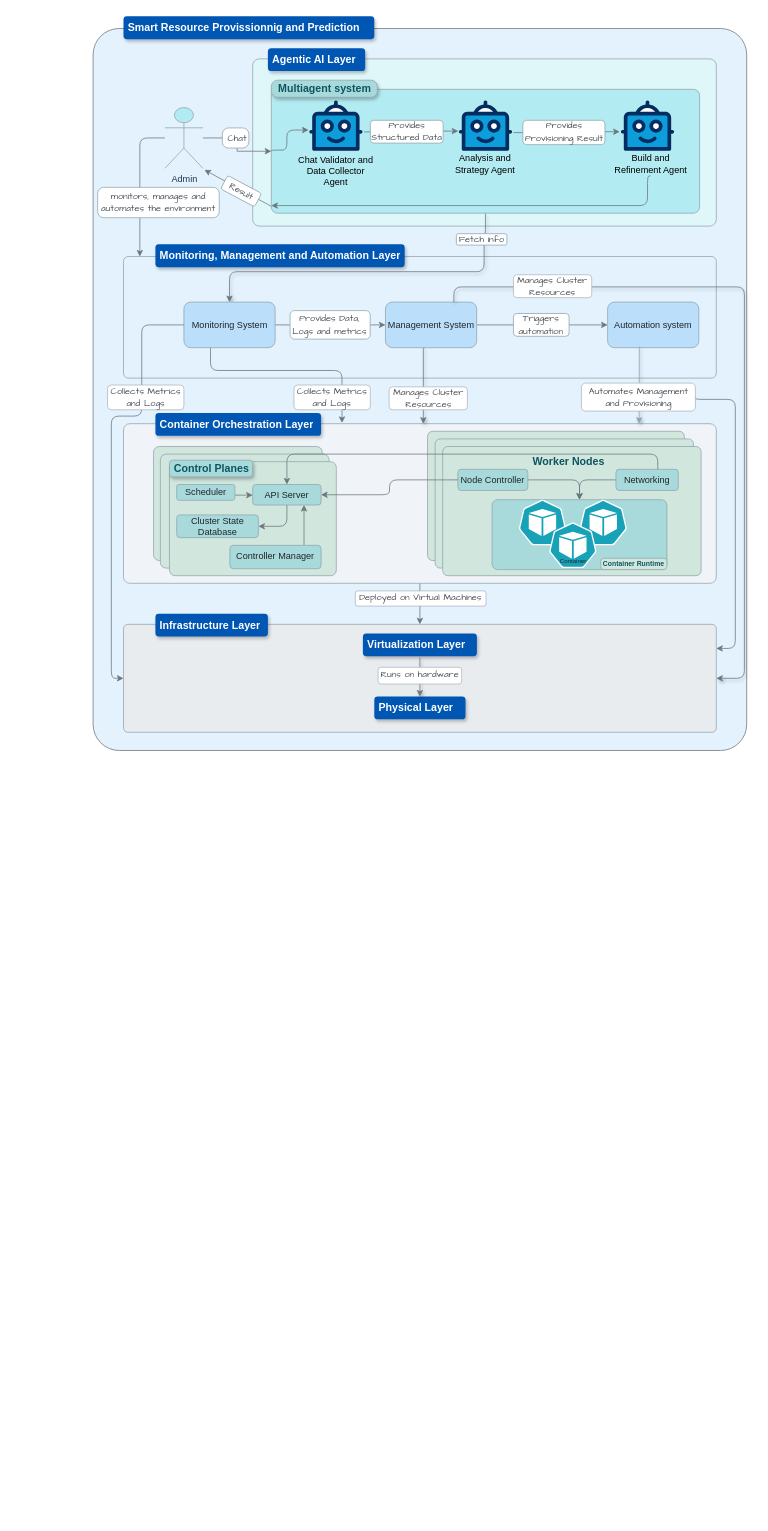
Above: page "Page-9" (9 of 10) of diagrams/Globale_Conception.drawio in Benmeddour/ai-driven-infrastructure-resource-provisioning (draw.io), before the change. Source tidied: cells renumbered, new cells numbered last; positions are measured from the earlier drawing's top-left corner, leaving out a move shared by most shapes. Both pictures are drawn from the tidied source at 76%, with x=0, y=0 at pixel (93, 16).
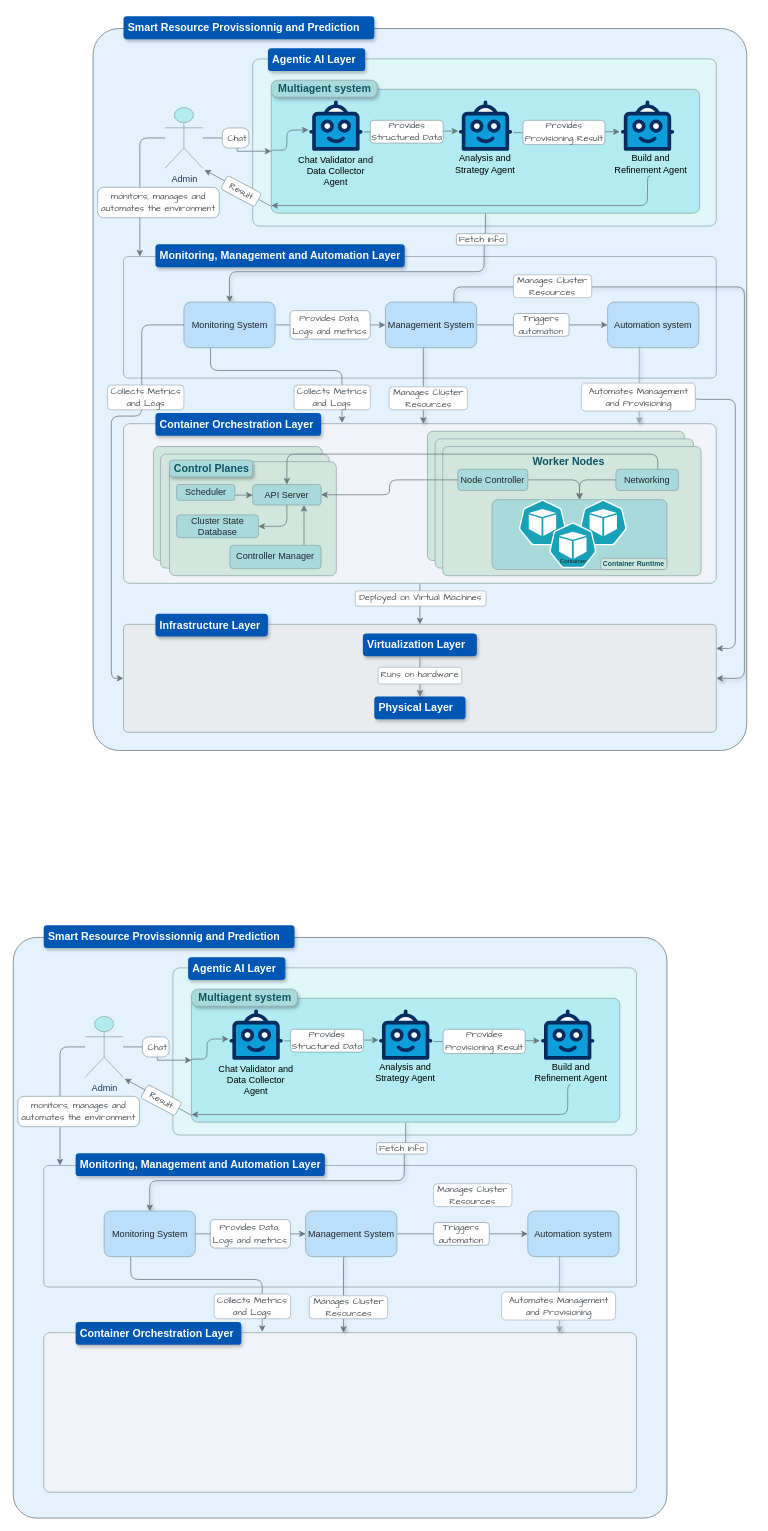
The same page after the edit.

Change to the diagram source:
```diff
@@
+    <mxCell id="89" style="rounded=1;whiteSpace=wrap;html=1;labelBackgroundColor=none;fillColor=#E3F2FD;strokeColor=#6C757D;fontColor=#455A64;arcSize=4;" parent="1" vertex="1">
+      <mxGeometry x="-105" y="1212" width="860" height="764" as="geometry" />
+    </mxCell>
+    <mxCell id="90" value="Smart Resource Provissionnig and Prediction" style="text;strokeColor=none;fillColor=light-dark(#0056B3,#0085FF);align=left;verticalAlign=middle;spacingLeft=4;spacingRight=4;overflow=hidden;whiteSpace=wrap;html=1;fontColor=#FFFFFF;rounded=1;shadow=1;fontFamily=Helvetica;fontStyle=1;fontSize=14;" parent="1" vertex="1">
+      <mxGeometry x="-65" y="1196" width="330" height="30" as="geometry" />
+    </mxCell>
+    <mxCell id="91" style="rounded=1;whiteSpace=wrap;html=1;labelBackgroundColor=none;fillColor=#E3F2FD;strokeColor=#90A4AE;fontColor=#212529;arcSize=4;" parent="1" vertex="1">
+      <mxGeometry x="-65" y="1512" width="780" height="160" as="geometry" />
+    </mxCell>
+    <mxCell id="92" value="Monitoring, Management and Automation Layer" style="text;strokeColor=none;fillColor=light-dark(#0056B3,#0085FF);align=left;verticalAlign=middle;spacingLeft=4;spacingRight=4;overflow=hidden;whiteSpace=wrap;html=1;fontColor=#FFFFFF;rounded=1;shadow=1;fontFamily=Helvetica;fontSize=14;fontStyle=1;" parent="1" vertex="1">
+      <mxGeometry x="-23" y="1496" width="328" height="30" as="geometry" />
+    </mxCell>
+    <mxCell id="93" style="rounded=1;whiteSpace=wrap;html=1;labelBackgroundColor=none;fillColor=#F0F4F8;strokeColor=#90A4AE;fontColor=#212529;arcSize=4;" parent="1" vertex="1">
+      <mxGeometry x="-65" y="1732" width="780" height="210" as="geometry" />
+    </mxCell>
+    <mxCell id="94" style="rounded=1;whiteSpace=wrap;html=1;labelBackgroundColor=none;fillColor=#E0F7FA;strokeColor=#90A4AE;fontColor=#1D3557;arcSize=4;" parent="1" vertex="1">
+      <mxGeometry x="105" y="1252" width="610" height="220" as="geometry" />
+    </mxCell>
+    <mxCell id="95" value="Agentic AI Layer" style="text;strokeColor=none;fillColor=light-dark(#0056B3,#0085FF);align=left;verticalAlign=middle;spacingLeft=4;spacingRight=4;overflow=hidden;whiteSpace=wrap;html=1;fontColor=#FFFFFF;rounded=1;shadow=1;fontFamily=Helvetica;fontStyle=1;fontSize=14;" parent="1" vertex="1">
+      <mxGeometry x="125" y="1238" width="128" height="30" as="geometry" />
+    </mxCell>
+    <mxCell id="96" value="Container Orchestration Layer" style="text;strokeColor=none;fillColor=light-dark(#0056B3,#0085FF);align=left;verticalAlign=middle;spacingLeft=4;spacingRight=4;overflow=hidden;whiteSpace=wrap;html=1;fontColor=#FFFFFF;rounded=1;shadow=1;fontSize=14;fontStyle=1;fontFamily=Helvetica;" parent="1" vertex="1">
+      <mxGeometry x="-23" y="1718" width="218" height="30" as="geometry" />
+    </mxCell>
+    <mxCell id="97" style="edgeStyle=orthogonalEdgeStyle;rounded=1;jettySize=auto;html=1;entryX=0.5;entryY=0;entryDx=0;entryDy=0;strokeColor=#6C757D;fontColor=#1D3557;fillColor=#A8DADC;startArrow=none;startFill=0;flowAnimation=1;shadow=1;curved=0;exitX=0.5;exitY=1;exitDx=0;exitDy=0;" parent="1" edge="1" source="113" target="101">
+      <mxGeometry relative="1" as="geometry">
+        <Array as="points">
+          <mxPoint x="411.5" y="1482" />
+          <mxPoint x="409.5" y="1482" />
+          <mxPoint x="409.5" y="1532" />
+          <mxPoint x="74.5" y="1532" />
+        </Array>
+      </mxGeometry>
+    </mxCell>
+    <mxCell id="98" style="edgeLabel;html=1;align=center;verticalAlign=middle;strokeColor=#457B9D;fontColor=#1D3557;fillColor=#A8DADC;" parent="97" vertex="1">
+      <mxGeometry x="-0.5" relative="1" as="geometry" />
+    </mxCell>
+    <mxCell id="99" style="edgeStyle=orthogonalEdgeStyle;rounded=1;jettySize=auto;html=1;strokeColor=#6C757D;fontColor=#1D3557;fillColor=#A8DADC;flowAnimation=1;curved=0;entryX=0.363;entryY=-0.003;entryDx=0;entryDy=0;entryPerimeter=0;" parent="1" edge="1" source="101">
+      <mxGeometry relative="1" as="geometry">
+        <mxPoint x="222.5" y="1731" as="targetPoint" />
+        <Array as="points">
+          <mxPoint x="49.5" y="1662" />
+          <mxPoint x="222.5" y="1662" />
+        </Array>
+      </mxGeometry>
+    </mxCell>
+    <mxCell id="100" style="edgeStyle=orthogonalEdgeStyle;rounded=0;jettySize=auto;html=1;exitX=1;exitY=0.5;exitDx=0;exitDy=0;entryX=0;entryY=0.5;entryDx=0;entryDy=0;strokeColor=#6C757D;flowAnimation=1;" parent="1" edge="1" source="101" target="106">
+      <mxGeometry relative="1" as="geometry" />
+    </mxCell>
+    <mxCell id="101" value="Monitoring System" style="rounded=1;whiteSpace=wrap;html=1;strokeColor=#90A4AE;fontColor=#212529;fillColor=#BBDEFB;" parent="1" vertex="1">
+      <mxGeometry x="14.5" y="1572" width="120" height="60" as="geometry" />
+    </mxCell>
+    <mxCell id="102" value="&lt;font face=&quot;Comic Sans MS&quot;&gt;Fetch info&lt;/font&gt;" style="rounded=1;whiteSpace=wrap;html=1;strokeColor=#90A4AE;fontColor=#495057;fillColor=#FFFFFF;" parent="1" vertex="1">
+      <mxGeometry x="373" y="1482" width="66.5" height="15" as="geometry" />
+    </mxCell>
+    <mxCell id="103" value="&lt;font face=&quot;Comic Sans MS&quot;&gt;Collects Metrics and Logs&lt;/font&gt;" style="rounded=1;whiteSpace=wrap;html=1;strokeColor=#ADB5BD;fontColor=#495057;fillColor=#FFFFFF;" parent="1" vertex="1">
+      <mxGeometry x="159.3" y="1681.1" width="100.5" height="32.6" as="geometry" />
+    </mxCell>
+    <mxCell id="104" style="edgeStyle=orthogonalEdgeStyle;rounded=1;jettySize=auto;html=1;shadow=1;flowAnimation=1;fillColor=#dae8fc;strokeColor=#6C757D;curved=0;exitX=0.423;exitY=1.022;exitDx=0;exitDy=0;entryX=0.5;entryY=0;entryDx=0;entryDy=0;exitPerimeter=0;" parent="1" edge="1" source="106">
+      <mxGeometry relative="1" as="geometry">
+        <mxPoint x="329.5" y="1732" as="targetPoint" />
+        <Array as="points">
+          <mxPoint x="330.5" y="1632" />
+        </Array>
+      </mxGeometry>
+    </mxCell>
+    <mxCell id="105" style="edgeStyle=orthogonalEdgeStyle;rounded=0;jettySize=auto;html=1;exitX=1;exitY=0.5;exitDx=0;exitDy=0;entryX=0;entryY=0.5;entryDx=0;entryDy=0;strokeColor=#6C757D;" parent="1" edge="1" source="106" target="107">
+      <mxGeometry relative="1" as="geometry" />
+    </mxCell>
+    <mxCell id="106" value="Management System" style="rounded=1;whiteSpace=wrap;html=1;strokeColor=#90A4AE;fontColor=#212529;fillColor=#BBDEFB;" parent="1" vertex="1">
+      <mxGeometry x="279.7" y="1572" width="120" height="60" as="geometry" />
+    </mxCell>
+    <mxCell id="107" value="Automation system" style="rounded=1;whiteSpace=wrap;html=1;strokeColor=#90A4AE;fontColor=#212529;fillColor=#BBDEFB;" parent="1" vertex="1">
+      <mxGeometry x="572" y="1572" width="120" height="60" as="geometry" />
+    </mxCell>
+    <mxCell id="108" value="&lt;font face=&quot;Comic Sans MS&quot;&gt;Manages Cluster Resources&lt;/font&gt;" style="rounded=1;strokeColor=#ADB5BD;fontColor=#495057;fillColor=#FFFFFF;html=1;whiteSpace=wrap;" parent="1" vertex="1">
+      <mxGeometry x="284.5" y="1683.5" width="103" height="30.2" as="geometry" />
+    </mxCell>
+    <mxCell id="109" style="rounded=1;jettySize=auto;html=1;shadow=1;flowAnimation=1;fillColor=#dae8fc;strokeColor=#90A4AE;exitX=0.348;exitY=0.977;exitDx=0;exitDy=0;exitPerimeter=0;" parent="1" edge="1" source="107">
+      <mxGeometry relative="1" as="geometry">
+        <mxPoint x="613.5" y="1732" as="targetPoint" />
+      </mxGeometry>
+    </mxCell>
+    <mxCell id="110" value="&lt;font face=&quot;Comic Sans MS&quot;&gt;Automates Management and Provisioning&lt;/font&gt;" style="rounded=1;whiteSpace=wrap;html=1;strokeColor=#ADB5BD;fontColor=#495057;fillColor=#FFFFFF;" parent="1" vertex="1">
+      <mxGeometry x="537.5" y="1678.6" width="150" height="36.8" as="geometry" />
+    </mxCell>
+    <mxCell id="111" style="edgeStyle=orthogonalEdgeStyle;rounded=0;jettySize=auto;html=1;entryX=0;entryY=0.5;entryDx=0;entryDy=0;strokeColor=#6C757D;" parent="1" edge="1" source="112" target="113">
+      <mxGeometry relative="1" as="geometry" />
+    </mxCell>
+    <mxCell id="112" value="Admin" style="shape=umlActor;verticalLabelPosition=bottom;verticalAlign=top;html=1;outlineConnect=0;labelBackgroundColor=none;fillColor=#B2EBF2;strokeColor=#90A4AE;fontColor=#1D3557;" parent="1" vertex="1">
+      <mxGeometry x="-10.5" y="1316" width="50" height="80" as="geometry" />
+    </mxCell>
+    <mxCell id="113" style="rounded=1;whiteSpace=wrap;html=1;fillColor=#B2EBF2;strokeColor=#90A4AE;arcSize=5;" parent="1" vertex="1">
+      <mxGeometry x="129.5" y="1292" width="563.5" height="163" as="geometry" />
+    </mxCell>
+    <mxCell id="114" style="verticalLabelPosition=bottom;html=1;shape=mxgraph.salesforce.bots;" parent="1" vertex="1">
+      <mxGeometry x="179.5" y="1306.5" width="70" height="66.5" as="geometry" />
+    </mxCell>
+    <mxCell id="115" value="&lt;span style=&quot;font-size: 14px;&quot;&gt;&lt;b&gt;Multiagent system&lt;/b&gt;&lt;/span&gt;" style="rounded=1;whiteSpace=wrap;html=1;strokeColor=#90A4AE;fontColor=#0C5460;fillColor=#A8DADC;shadow=1;arcSize=37;" parent="1" vertex="1">
+      <mxGeometry x="129.5" y="1280" width="139.5" height="22.5" as="geometry" />
+    </mxCell>
+    <mxCell id="116" value="Chat Validator and Data Collector Agent" style="text;html=1;align=center;verticalAlign=middle;whiteSpace=wrap;rounded=0;" parent="1" vertex="1">
+      <mxGeometry x="160" y="1373" width="109" height="53" as="geometry" />
+    </mxCell>
+    <mxCell id="117" value="Analysis and Strategy Agent" style="text;html=1;align=center;verticalAlign=middle;whiteSpace=wrap;rounded=0;" parent="1" vertex="1">
+      <mxGeometry x="355.3" y="1373" width="112" height="33" as="geometry" />
+    </mxCell>
+    <mxCell id="118" value="Build and Refinement Agent" style="text;html=1;align=center;verticalAlign=middle;whiteSpace=wrap;rounded=0;" parent="1" vertex="1">
+      <mxGeometry x="577.5" y="1373" width="102" height="33" as="geometry" />
+    </mxCell>
+    <mxCell id="119" value="&lt;font face=&quot;Comic Sans MS&quot;&gt;&amp;nbsp;Chat&lt;/font&gt;" style="rounded=1;whiteSpace=wrap;html=1;strokeColor=#90A4AE;fontColor=#495057;fillColor=#FFFFFF;arcSize=31;" parent="1" vertex="1">
+      <mxGeometry x="65" y="1342.8" width="35" height="26.5" as="geometry" />
+    </mxCell>
+    <mxCell id="120" value="&lt;font face=&quot;Comic Sans MS&quot;&gt;Provides Data, Logs and metrics&lt;/font&gt;" style="rounded=1;whiteSpace=wrap;html=1;strokeColor=#90A4AE;fontColor=#495057;fillColor=#FFFFFF;" parent="1" vertex="1">
+      <mxGeometry x="154.2" y="1583.2" width="105.4" height="37.5" as="geometry" />
+    </mxCell>
+    <mxCell id="121" value="&lt;font face=&quot;Comic Sans MS&quot;&gt;Triggers automation&lt;/font&gt;" style="rounded=1;whiteSpace=wrap;html=1;strokeColor=#90A4AE;fontColor=#495057;fillColor=#FFFFFF;" parent="1" vertex="1">
+      <mxGeometry x="448.1" y="1587" width="73.2" height="30" as="geometry" />
+    </mxCell>
+    <mxCell id="122" value="&lt;font face=&quot;Comic Sans MS&quot;&gt;Manages Cluster Resources&lt;/font&gt;" style="rounded=1;strokeColor=#ADB5BD;fontColor=#495057;fillColor=#FFFFFF;html=1;whiteSpace=wrap;" parent="1" vertex="1">
+      <mxGeometry x="448.1" y="1536" width="103" height="30.2" as="geometry" />
+    </mxCell>
+    <mxCell id="123" style="verticalLabelPosition=bottom;html=1;shape=mxgraph.salesforce.bots;" parent="1" vertex="1">
+      <mxGeometry x="376.3" y="1306.5" width="70" height="66.5" as="geometry" />
+    </mxCell>
+    <mxCell id="124" style="verticalLabelPosition=bottom;html=1;shape=mxgraph.salesforce.bots;" parent="1" vertex="1">
+      <mxGeometry x="589.5" y="1306.5" width="70" height="66.5" as="geometry" />
+    </mxCell>
+    <mxCell id="125" style="endArrow=classic;html=1;rounded=0;strokeColor=#6C757D;" parent="1" edge="1">
+      <mxGeometry relative="1" as="geometry">
+        <mxPoint x="129.5" y="1446" as="sourcePoint" />
+        <mxPoint x="41.5" y="1398" as="targetPoint" />
+      </mxGeometry>
+    </mxCell>
+    <mxCell id="126" value="&lt;font face=&quot;Comic Sans MS&quot;&gt;Result&lt;/font&gt;" style="rounded=1;whiteSpace=wrap;html=1;strokeColor=#90A4AE;fontColor=#495057;fillColor=#FFFFFF;rotation=28;" parent="1" vertex="1">
+      <mxGeometry x="64.5" y="1416" width="50.5" height="20" as="geometry" />
+    </mxCell>
+    <mxCell id="127" style="edgeStyle=orthogonalEdgeStyle;rounded=1;jettySize=auto;html=1;strokeColor=#6C757D;exitX=0;exitY=0.5;exitDx=0;exitDy=0;curved=0;flowAnimation=1;entryX=-0.014;entryY=0.588;entryDx=0;entryDy=0;entryPerimeter=0;" parent="1" edge="1" source="113" target="114">
+      <mxGeometry relative="1" as="geometry">
+        <Array as="points">
+          <mxPoint x="130" y="1372" />
+          <mxPoint x="150" y="1372" />
+          <mxPoint x="150" y="1346" />
+        </Array>
+      </mxGeometry>
+    </mxCell>
+    <mxCell id="128" style="edgeStyle=orthogonalEdgeStyle;rounded=1;jettySize=auto;html=1;strokeColor=#6C757D;exitX=1.029;exitY=0.626;exitDx=0;exitDy=0;curved=0;flowAnimation=1;exitPerimeter=0;" parent="1" edge="1" source="114">
+      <mxGeometry relative="1" as="geometry">
+        <mxPoint x="375.5" y="1347" as="targetPoint" />
+        <Array as="points">
+          <mxPoint x="309.5" y="1347" />
+        </Array>
+      </mxGeometry>
+    </mxCell>
+    <mxCell id="129" style="edgeStyle=orthogonalEdgeStyle;rounded=1;jettySize=auto;html=1;strokeColor=#6C757D;exitX=1.029;exitY=0.626;exitDx=0;exitDy=0;curved=0;flowAnimation=1;exitPerimeter=0;entryX=-0.023;entryY=0.622;entryDx=0;entryDy=0;entryPerimeter=0;" parent="1" edge="1" target="124">
+      <mxGeometry relative="1" as="geometry">
+        <mxPoint x="448" y="1349" as="sourcePoint" />
+        <Array as="points">
+          <mxPoint x="509.5" y="1349" />
+          <mxPoint x="509.5" y="1348" />
+        </Array>
+      </mxGeometry>
+    </mxCell>
+    <mxCell id="130" style="edgeStyle=orthogonalEdgeStyle;rounded=1;jettySize=auto;html=1;strokeColor=#6C757D;exitX=0.5;exitY=1;exitDx=0;exitDy=0;curved=0;flowAnimation=1;" parent="1" edge="1" source="118">
+      <mxGeometry relative="1" as="geometry">
+        <mxPoint x="129.5" y="1445" as="targetPoint" />
+        <Array as="points">
+          <mxPoint x="624.5" y="1445" />
+        </Array>
+      </mxGeometry>
+    </mxCell>
+    <mxCell id="131" value="&lt;font face=&quot;Comic Sans MS&quot;&gt;Provides Provisioning Result&lt;/font&gt;" style="rounded=1;whiteSpace=wrap;html=1;strokeColor=#90A4AE;fontColor=#495057;fillColor=#FFFFFF;spacingRight=0;spacingBottom=2;" parent="1" vertex="1">
+      <mxGeometry x="460.5" y="1332.8" width="108" height="32" as="geometry" />
+    </mxCell>
+    <mxCell id="132" value="&lt;font face=&quot;Comic Sans MS&quot;&gt;Provides Structured Data&lt;/font&gt;" style="rounded=1;whiteSpace=wrap;html=1;strokeColor=#90A4AE;fontColor=#495057;fillColor=#FFFFFF;spacingBottom=2;" parent="1" vertex="1">
+      <mxGeometry x="259.8" y="1332.8" width="95.8" height="30" as="geometry" />
+    </mxCell>
+    <mxCell id="133" style="edgeStyle=orthogonalEdgeStyle;rounded=1;jettySize=auto;html=1;entryX=0.022;entryY=-0.002;entryDx=0;entryDy=0;entryPerimeter=0;curved=0;strokeColor=#6C757D;" parent="1" edge="1" source="112">
+      <mxGeometry relative="1" as="geometry">
+        <mxPoint x="-43.5" y="1512" as="targetPoint" />
+        <Array as="points">
+          <mxPoint x="-43" y="1356" />
+        </Array>
+      </mxGeometry>
+    </mxCell>
+    <mxCell id="134" value="&lt;font face=&quot;Comic Sans MS&quot;&gt;monitors, manages and automates the environment&lt;/font&gt;" style="rounded=1;whiteSpace=wrap;html=1;strokeColor=#90A4AE;fontColor=#495057;fillColor=#FFFFFF;arcSize=20;" parent="1" vertex="1">
+      <mxGeometry x="-99" y="1421" width="160" height="40" as="geometry" />
+    </mxCell>
```
